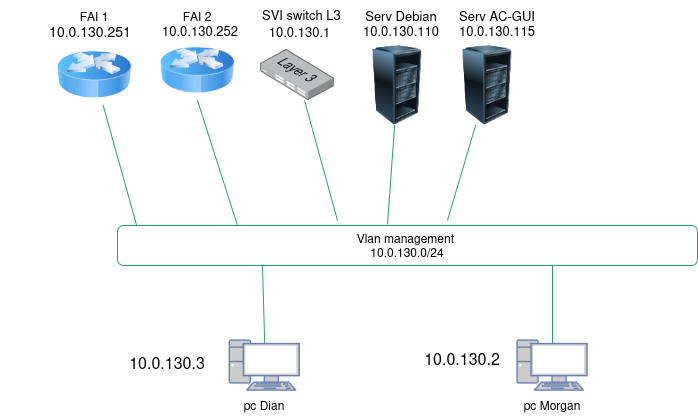
The draw.io diagram docs/annexes/schéma_mana2.drawio.png in Dian3410/Documentation-SporLudique-Tours, before a commit. Source tidied: cells renumbered, new cells last; positions are measured from the earlier drawing's top-left corner, leaving out a move shared by most shapes.
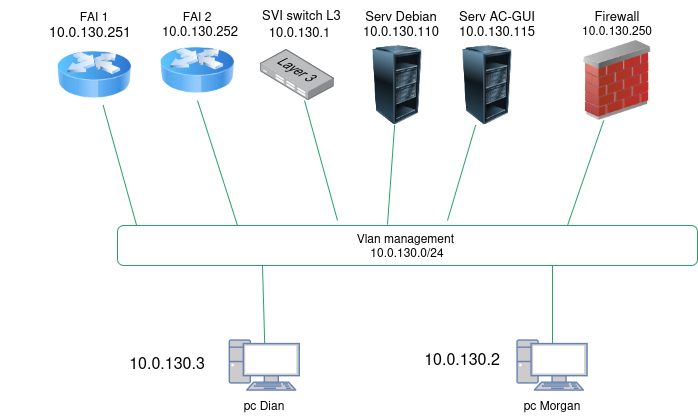
After the commit.

Change to the diagram source:
```diff
@@ -100,5 +100,19 @@
         <mxPoint x="447" y="220" as="sourcePoint" />
       </mxGeometry>
     </mxCell>
+    <mxCell id="32" style="endArrow=none;html=1;rounded=0;strokeColor=light-dark(#26a269, #589916);" parent="1" edge="1" target="33">
+      <mxGeometry relative="1" as="geometry">
+        <mxPoint x="567" y="225" as="sourcePoint" />
+      </mxGeometry>
+    </mxCell>
+    <mxCell id="33" style="image;html=1;image=img/lib/clip_art/networking/Firewall_02_128x128.png;" parent="1" vertex="1">
+      <mxGeometry x="577" y="40" width="80" height="80" as="geometry" />
+    </mxCell>
+    <mxCell id="34" value="&lt;font style=&quot;font-size: 13px;&quot;&gt;Firewall&lt;/font&gt;" style="text;html=1;whiteSpace=wrap;strokeColor=none;fillColor=none;align=center;verticalAlign=middle;rounded=0;" parent="1" vertex="1">
+      <mxGeometry x="577" width="80" height="30" as="geometry" />
+    </mxCell>
+    <mxCell id="35" value="10.0.130.250" style="text;html=1;whiteSpace=wrap;strokeColor=none;fillColor=none;align=center;verticalAlign=middle;rounded=0;" parent="1" vertex="1">
+      <mxGeometry x="587" y="14.5" width="60" height="30" as="geometry" />
+    </mxCell>
   </root>
 </mxGraphModel>
```
